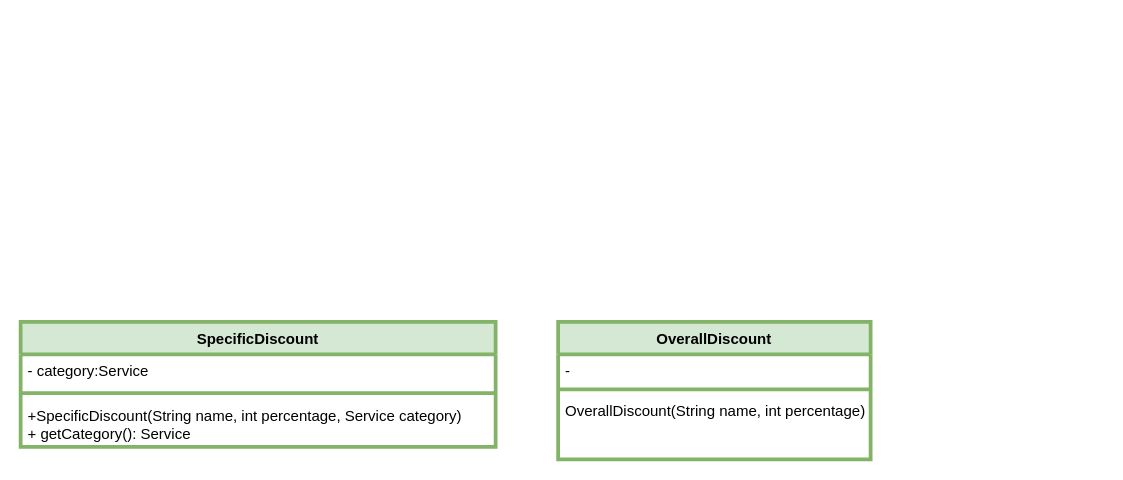
Before: page "Discount" (6 of 15) of Untitled Diagram.drawio in mazenhesham17/EPayment, a draw.io diagram. Source tidied: cells renumbered, new cells numbered last; positions are measured from the earlier drawing's top-left corner, leaving out a move shared by most shapes. Both pictures are drawn from the tidied source at 125%, with x=0, y=0 at pixel (20, 321).
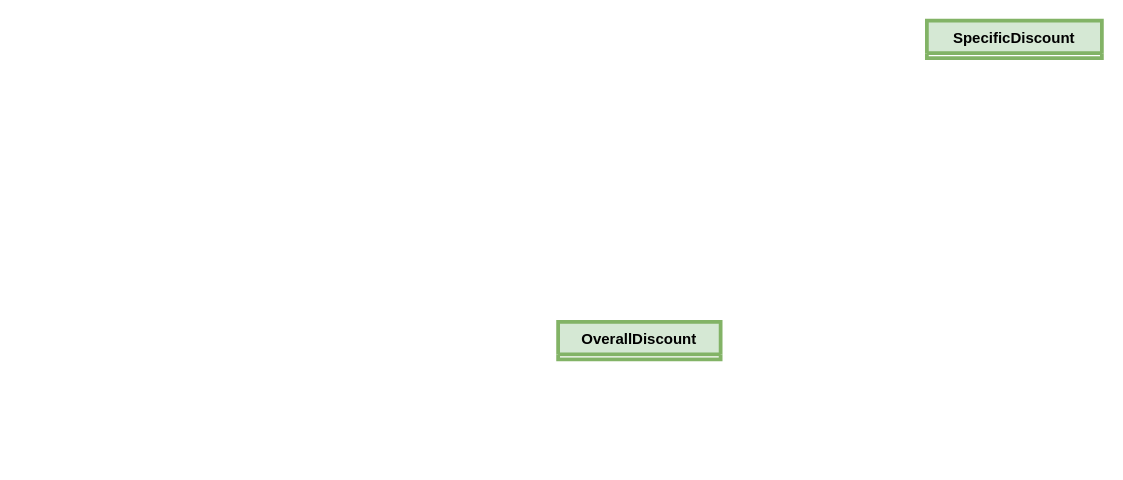
After the change.

Change to the diagram source:
```diff
@@
 <mxGraphModel>
   <root>
     <mxCell id="0" />
     <mxCell id="1" parent="0" />
-    <mxCell id="2" value="OverallDiscount" style="swimlane;fontStyle=1;align=center;verticalAlign=top;horizontal=1;startSize=26;fillColor=#d5e8d4;strokeColor=#82b366;fontSize=12;strokeWidth=3;" parent="1" vertex="1">
-      <mxGeometry x="430" width="250" height="110" as="geometry" />
+    <mxCell id="2" value="OverallDiscount" style="swimlane;fontStyle=1;align=center;verticalAlign=top;horizontal=1;startSize=26;fillColor=#d5e8d4;strokeColor=#82b366;fontSize=12;strokeWidth=3;" parent="1" vertex="1" collapsed="1">
+      <mxGeometry x="430" width="130" height="30" as="geometry" />
     </mxCell>
-    <mxCell id="3" value="-" style="text;strokeColor=none;fillColor=none;align=left;verticalAlign=top;spacingLeft=4;spacingRight=4;overflow=hidden;fontSize=12;strokeWidth=3;" parent="2" vertex="1">
-      <mxGeometry y="26" width="250" height="24" as="geometry" />
-    </mxCell>
-    <mxCell id="4" style="line;strokeWidth=3;fillColor=none;align=left;verticalAlign=middle;spacingTop=-1;spacingLeft=3;spacingRight=3;labelPosition=right;strokeColor=inherit;fontSize=12;" parent="2" vertex="1">
-      <mxGeometry y="50" width="250" height="8" as="geometry" />
-    </mxCell>
-    <mxCell id="5" value="OverallDiscount(String name, int percentage)" style="text;strokeColor=none;fillColor=none;align=left;verticalAlign=top;spacingLeft=4;spacingRight=4;overflow=hidden;fontSize=12;strokeWidth=3;" parent="2" vertex="1">
-      <mxGeometry y="58" width="250" height="52" as="geometry" />
-    </mxCell>
-    <mxCell id="6" value="SpecificDiscount" style="swimlane;fontStyle=1;align=center;verticalAlign=top;horizontal=1;startSize=26;fillColor=#d5e8d4;strokeColor=#82b366;fontSize=12;strokeWidth=3;" parent="1" vertex="1">
-      <mxGeometry width="380" height="100" as="geometry" />
+    <mxCell id="6" value="SpecificDiscount" style="swimlane;fontStyle=1;align=center;verticalAlign=top;horizontal=1;startSize=26;fillColor=#d5e8d4;strokeColor=#82b366;fontSize=12;strokeWidth=3;" parent="1" vertex="1" collapsed="1">
+      <mxGeometry x="725" y="-241" width="140" height="30" as="geometry" />
     </mxCell>
-    <mxCell id="7" value="- category:Service" style="text;strokeColor=none;fillColor=none;align=left;verticalAlign=top;spacingLeft=4;spacingRight=4;overflow=hidden;fontSize=12;strokeWidth=3;" parent="6" vertex="1">
-      <mxGeometry y="26" width="380" height="26" as="geometry" />
-    </mxCell>
-    <mxCell id="8" style="line;strokeWidth=3;fillColor=none;align=left;verticalAlign=middle;spacingTop=-1;spacingLeft=3;spacingRight=3;labelPosition=right;strokeColor=inherit;fontSize=12;" parent="6" vertex="1">
-      <mxGeometry y="52" width="380" height="10" as="geometry" />
-    </mxCell>
-    <mxCell id="9" value="+SpecificDiscount(String name, int percentage, Service category) &#10;+ getCategory(): Service" style="text;strokeColor=none;fillColor=none;align=left;verticalAlign=top;spacingLeft=4;spacingRight=4;overflow=hidden;fontSize=12;strokeWidth=3;" parent="6" vertex="1">
-      <mxGeometry y="62" width="380" height="38" as="geometry" />
-    </mxCell>
   </root>
 </mxGraphModel>
```
